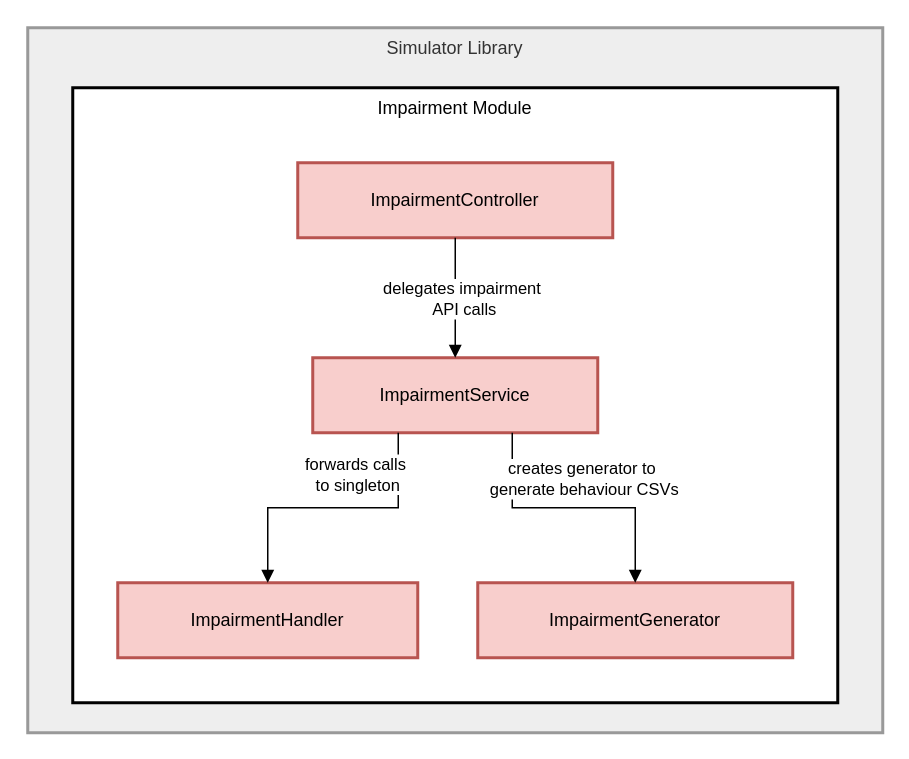
The draw.io diagram data/figs/architecture/layers/layers_impairment.drawio in socialsoftware/microservices-simulator, before the edit. Source tidied: cells renumbered, new cells numbered last; positions are measured from the earlier drawing's top-left corner, leaving out a move shared by most shapes. Both pictures are drawn from the tidied source at 150%, with x=0, y=0 at pixel (27, 27).
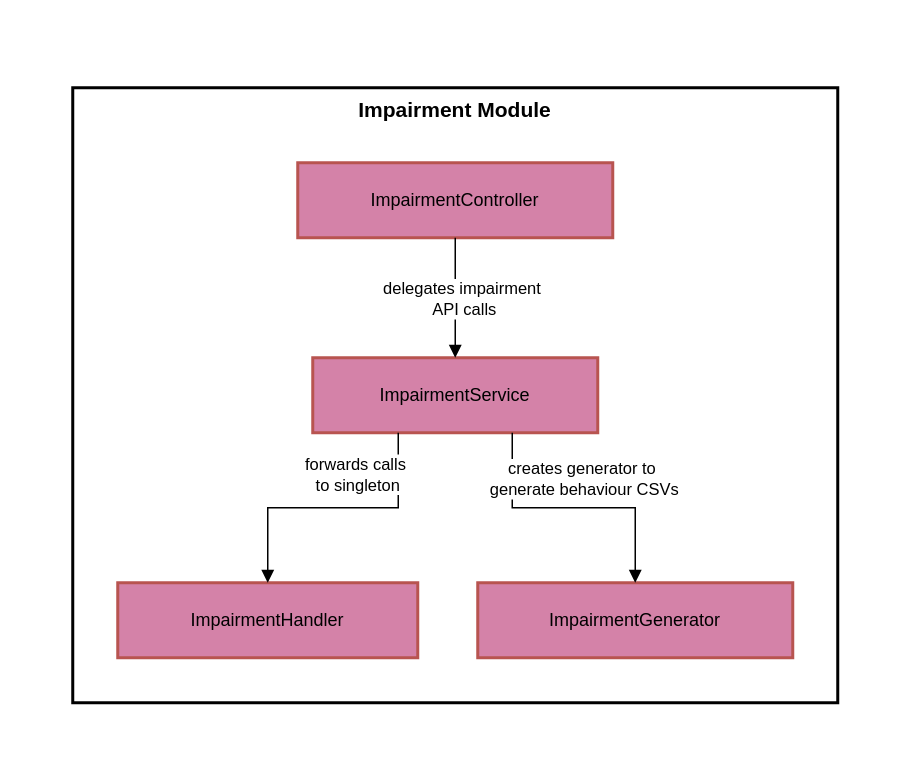
The same page after the edit.

The edit, as a diff of the source:
```diff
@@
 <mxGraphModel>
   <root>
     <mxCell id="0" />
     <mxCell id="1" parent="0" />
-    <mxCell id="2" value="Simulator Library" style="whiteSpace=wrap;strokeWidth=2;verticalAlign=top;fillColor=light-dark(#eeeeee,#1f2020);strokeColor=light-dark(#999999,#cccccc);fontColor=light-dark(#333333,#cccccc);" parent="1" vertex="1">
-      <mxGeometry width="570" height="470" as="geometry" />
-    </mxCell>
-    <mxCell id="3" value="Impairment Module" style="whiteSpace=wrap;strokeWidth=2;verticalAlign=top;" parent="1" vertex="1">
+    <mxCell id="3" value="Impairment Module" style="whiteSpace=wrap;strokeWidth=2;verticalAlign=top;fontSize=14;fontStyle=1;" parent="1" vertex="1">
       <mxGeometry x="30" y="40" width="510" height="410" as="geometry" />
     </mxCell>
-    <mxCell id="4" value="ImpairmentHandler" style="whiteSpace=wrap;strokeWidth=2;fillColor=#f8cecc;strokeColor=#b85450;" parent="1" vertex="1">
+    <mxCell id="4" value="ImpairmentHandler" style="whiteSpace=wrap;strokeWidth=2;fillColor=#D482A8;strokeColor=#b85450;" parent="1" vertex="1">
       <mxGeometry x="60" y="370" width="200" height="50" as="geometry" />
     </mxCell>
-    <mxCell id="5" value="ImpairmentController" style="whiteSpace=wrap;strokeWidth=2;fillColor=#f8cecc;strokeColor=#b85450;" parent="1" vertex="1">
+    <mxCell id="5" value="ImpairmentController" style="whiteSpace=wrap;strokeWidth=2;fillColor=#D482A8;strokeColor=#b85450;" parent="1" vertex="1">
       <mxGeometry x="180" y="90" width="210" height="50" as="geometry" />
     </mxCell>
-    <mxCell id="6" value="ImpairmentService" style="whiteSpace=wrap;strokeWidth=2;fillColor=#f8cecc;strokeColor=#b85450;" parent="1" vertex="1">
+    <mxCell id="6" value="ImpairmentService" style="whiteSpace=wrap;strokeWidth=2;fillColor=#D482A8;strokeColor=#b85450;" parent="1" vertex="1">
       <mxGeometry x="190" y="220" width="190" height="50" as="geometry" />
     </mxCell>
-    <mxCell id="7" value="ImpairmentGenerator" style="whiteSpace=wrap;strokeWidth=2;fillColor=#f8cecc;strokeColor=#b85450;" parent="1" vertex="1">
+    <mxCell id="7" value="ImpairmentGenerator" style="whiteSpace=wrap;strokeWidth=2;fillColor=#D482A8;strokeColor=#b85450;" parent="1" vertex="1">
       <mxGeometry x="300" y="370" width="210" height="50" as="geometry" />
     </mxCell>
     <mxCell id="8" style="startArrow=none;endArrow=block;exitX=0.5;exitY=1;entryX=0.5;entryY=0;rounded=0;edgeStyle=orthogonalEdgeStyle;" parent="1" edge="1" source="5" target="6">
       <mxGeometry relative="1" as="geometry" />
     </mxCell>
     <mxCell id="9" style="startArrow=none;endArrow=block;exitX=0.3;exitY=1;entryX=0.5;entryY=0;rounded=0;edgeStyle=orthogonalEdgeStyle;" parent="1" edge="1" source="6" target="4">
       <mxGeometry relative="1" as="geometry" />
     </mxCell>
     <mxCell id="10" style="startArrow=none;endArrow=block;exitX=0.7;exitY=1;entryX=0.5;entryY=0;rounded=0;edgeStyle=orthogonalEdgeStyle;" parent="1" edge="1" source="6" target="7">
       <mxGeometry relative="1" as="geometry" />
     </mxCell>
     <mxCell id="11" value="creates generator to&amp;nbsp;&lt;div&gt;generate behaviour CSVs&lt;/div&gt;" style="edgeLabel;html=1;align=center;verticalAlign=middle;" parent="10" vertex="1">
       <mxGeometry relative="1" as="geometry">
         <mxPoint x="6" y="-20" as="offset" />
       </mxGeometry>
     </mxCell>
     <mxCell id="12" value="delegates impairment&amp;nbsp;&lt;div&gt;API calls&lt;/div&gt;" style="edgeLabel;html=1;align=center;verticalAlign=middle;" parent="1" vertex="1">
       <mxGeometry x="290" y="180" as="geometry" />
     </mxCell>
     <mxCell id="13" value="forwards calls&amp;nbsp;&lt;div&gt;to singleton&lt;/div&gt;" style="edgeLabel;html=1;align=center;verticalAlign=middle;" parent="1" vertex="1">
       <mxGeometry x="220" y="320" as="geometry">
         <mxPoint x="-1" y="-23" as="offset" />
       </mxGeometry>
     </mxCell>
   </root>
 </mxGraphModel>
```
